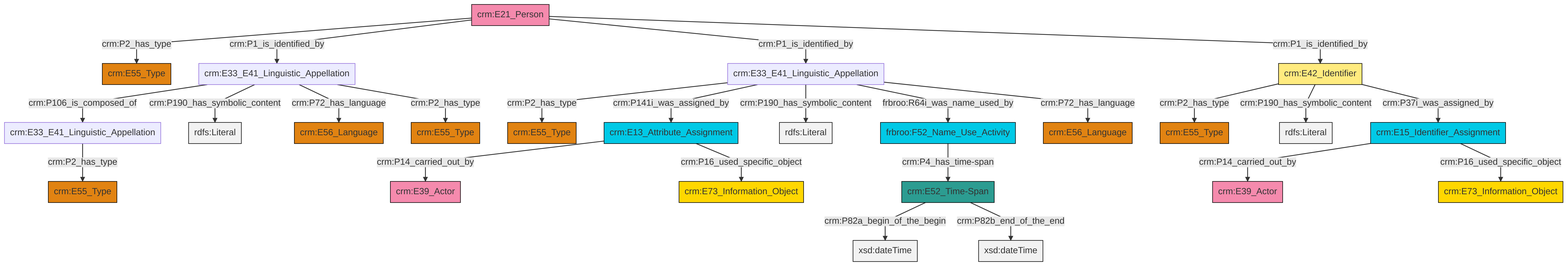
This is et/personCSV/ttl/mmd/png/Person_Names_and_Classification.png from swiss-art-research-net/reference-data-models, a Mermaid export, as it was before one commit. Its source is kept beside it as et/personCSV/ttl/mmd/Person_Names_and_Classification.ttl.mmd.
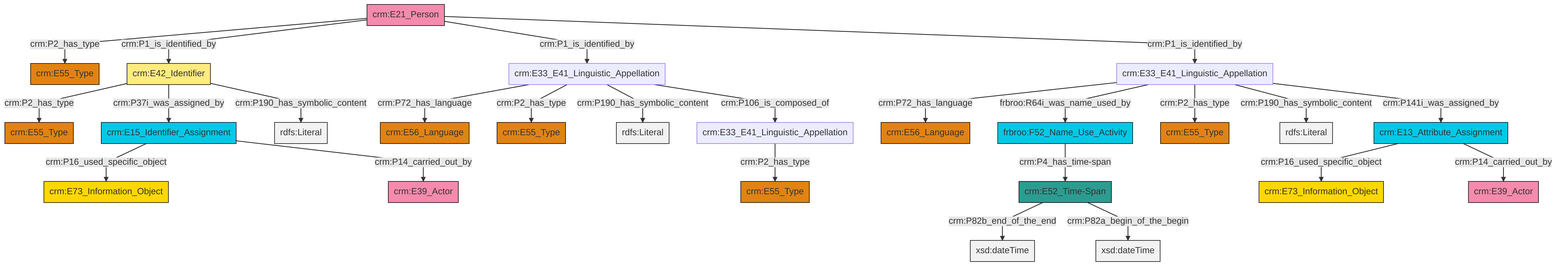
The same diagram one commit later.

What changed in the source:
```diff
@@ -13,27 +13,27 @@
 classDef PC_Classes fill:#4ce600, stroke:#000000;
 classDef Multi fill:#cccccc,stroke:#000000;
 
-6["crm:E33_E41_Linguistic_Appellation"]:::Default -->|crm:P106_is_composed_of| 7["crm:E33_E41_Linguistic_Appellation"]:::Default
-9["crm:E21_Person"]:::Actor -->|crm:P2_has_type| 10["crm:E55_Type"]:::Type
-2["crm:E42_Identifier"]:::Appellation -->|crm:P2_has_type| 11["crm:E55_Type"]:::Type
-12["crm:E52_Time-Span"]:::Time-Span -->|crm:P82a_begin_of_the_begin| 13[xsd:dateTime]:::Literal
-6["crm:E33_E41_Linguistic_Appellation"]:::Default -->|crm:P190_has_symbolic_content| 14[rdfs:Literal]:::Literal
-6["crm:E33_E41_Linguistic_Appellation"]:::Default -->|crm:P72_has_language| 4["crm:E56_Language"]:::Type
-2["crm:E42_Identifier"]:::Appellation -->|crm:P190_has_symbolic_content| 23[rdfs:Literal]:::Literal
-27["crm:E13_Attribute_Assignment"]:::Temporal_Entity -->|crm:P14_carried_out_by| 21["crm:E39_Actor"]:::Actor
-6["crm:E33_E41_Linguistic_Appellation"]:::Default -->|crm:P2_has_type| 28["crm:E55_Type"]:::Type
-27["crm:E13_Attribute_Assignment"]:::Temporal_Entity -->|crm:P16_used_specific_object| 29["crm:E73_Information_Object"]:::Conceptual_Object
-12["crm:E52_Time-Span"]:::Time-Span -->|crm:P82b_end_of_the_end| 30[xsd:dateTime]:::Literal
-9["crm:E21_Person"]:::Actor -->|crm:P1_is_identified_by| 6["crm:E33_E41_Linguistic_Appellation"]:::Default
-31["crm:E33_E41_Linguistic_Appellation"]:::Default -->|crm:P2_has_type| 0["crm:E55_Type"]:::Type
-9["crm:E21_Person"]:::Actor -->|crm:P1_is_identified_by| 31["crm:E33_E41_Linguistic_Appellation"]:::Default
-33["crm:E15_Identifier_Assignment"]:::Temporal_Entity -->|crm:P14_carried_out_by| 25["crm:E39_Actor"]:::Actor
-31["crm:E33_E41_Linguistic_Appellation"]:::Default -->|crm:P141i_was_assigned_by| 27["crm:E13_Attribute_Assignment"]:::Temporal_Entity
-31["crm:E33_E41_Linguistic_Appellation"]:::Default -->|crm:P190_has_symbolic_content| 38[rdfs:Literal]:::Literal
-31["crm:E33_E41_Linguistic_Appellation"]:::Default -->|frbroo:R64i_was_name_used_by| 34["frbroo:F52_Name_Use_Activity"]:::Temporal_Entity
-31["crm:E33_E41_Linguistic_Appellation"]:::Default -->|crm:P72_has_language| 44["crm:E56_Language"]:::Type
-7["crm:E33_E41_Linguistic_Appellation"]:::Default -->|crm:P2_has_type| 19["crm:E55_Type"]:::Type
-34["frbroo:F52_Name_Use_Activity"]:::Temporal_Entity -->|crm:P4_has_time-span| 12["crm:E52_Time-Span"]:::Time-Span
-9["crm:E21_Person"]:::Actor -->|crm:P1_is_identified_by| 2["crm:E42_Identifier"]:::Appellation
-2["crm:E42_Identifier"]:::Appellation -->|crm:P37i_was_assigned_by| 33["crm:E15_Identifier_Assignment"]:::Temporal_Entity
-33["crm:E15_Identifier_Assignment"]:::Temporal_Entity -->|crm:P16_used_specific_object| 15["crm:E73_Information_Object"]:::Conceptual_Object
+0["crm:E52_Time-Span"]:::Time-Span -->|crm:P82b_end_of_the_end| 1[xsd:dateTime]:::Literal
+8["crm:E33_E41_Linguistic_Appellation"]:::Default -->|crm:P2_has_type| 2["crm:E55_Type"]:::Type
+9["crm:E42_Identifier"]:::Appellation -->|crm:P2_has_type| 10["crm:E55_Type"]:::Type
+11["crm:E15_Identifier_Assignment"]:::Temporal_Entity -->|crm:P16_used_specific_object| 12["crm:E73_Information_Object"]:::Conceptual_Object
+13["crm:E33_E41_Linguistic_Appellation"]:::Default -->|crm:P72_has_language| 14["crm:E56_Language"]:::Type
+17["crm:E21_Person"]:::Actor -->|crm:P2_has_type| 18["crm:E55_Type"]:::Type
+17["crm:E21_Person"]:::Actor -->|crm:P1_is_identified_by| 9["crm:E42_Identifier"]:::Appellation
+15["crm:E33_E41_Linguistic_Appellation"]:::Default -->|crm:P72_has_language| 20["crm:E56_Language"]:::Type
+0["crm:E52_Time-Span"]:::Time-Span -->|crm:P82a_begin_of_the_begin| 21[xsd:dateTime]:::Literal
+11["crm:E15_Identifier_Assignment"]:::Temporal_Entity -->|crm:P14_carried_out_by| 23["crm:E39_Actor"]:::Actor
+17["crm:E21_Person"]:::Actor -->|crm:P1_is_identified_by| 15["crm:E33_E41_Linguistic_Appellation"]:::Default
+13["crm:E33_E41_Linguistic_Appellation"]:::Default -->|frbroo:R64i_was_name_used_by| 24["frbroo:F52_Name_Use_Activity"]:::Temporal_Entity
+15["crm:E33_E41_Linguistic_Appellation"]:::Default -->|crm:P2_has_type| 4["crm:E55_Type"]:::Type
+13["crm:E33_E41_Linguistic_Appellation"]:::Default -->|crm:P2_has_type| 6["crm:E55_Type"]:::Type
+24["frbroo:F52_Name_Use_Activity"]:::Temporal_Entity -->|crm:P4_has_time-span| 0["crm:E52_Time-Span"]:::Time-Span
+15["crm:E33_E41_Linguistic_Appellation"]:::Default -->|crm:P190_has_symbolic_content| 30[rdfs:Literal]:::Literal
+15["crm:E33_E41_Linguistic_Appellation"]:::Default -->|crm:P106_is_composed_of| 8["crm:E33_E41_Linguistic_Appellation"]:::Default
+13["crm:E33_E41_Linguistic_Appellation"]:::Default -->|crm:P190_has_symbolic_content| 31[rdfs:Literal]:::Literal
+13["crm:E33_E41_Linguistic_Appellation"]:::Default -->|crm:P141i_was_assigned_by| 34["crm:E13_Attribute_Assignment"]:::Temporal_Entity
+17["crm:E21_Person"]:::Actor -->|crm:P1_is_identified_by| 13["crm:E33_E41_Linguistic_Appellation"]:::Default
+9["crm:E42_Identifier"]:::Appellation -->|crm:P37i_was_assigned_by| 11["crm:E15_Identifier_Assignment"]:::Temporal_Entity
+34["crm:E13_Attribute_Assignment"]:::Temporal_Entity -->|crm:P16_used_specific_object| 41["crm:E73_Information_Object"]:::Conceptual_Object
+9["crm:E42_Identifier"]:::Appellation -->|crm:P190_has_symbolic_content| 46[rdfs:Literal]:::Literal
+34["crm:E13_Attribute_Assignment"]:::Temporal_Entity -->|crm:P14_carried_out_by| 39["crm:E39_Actor"]:::Actor
```
